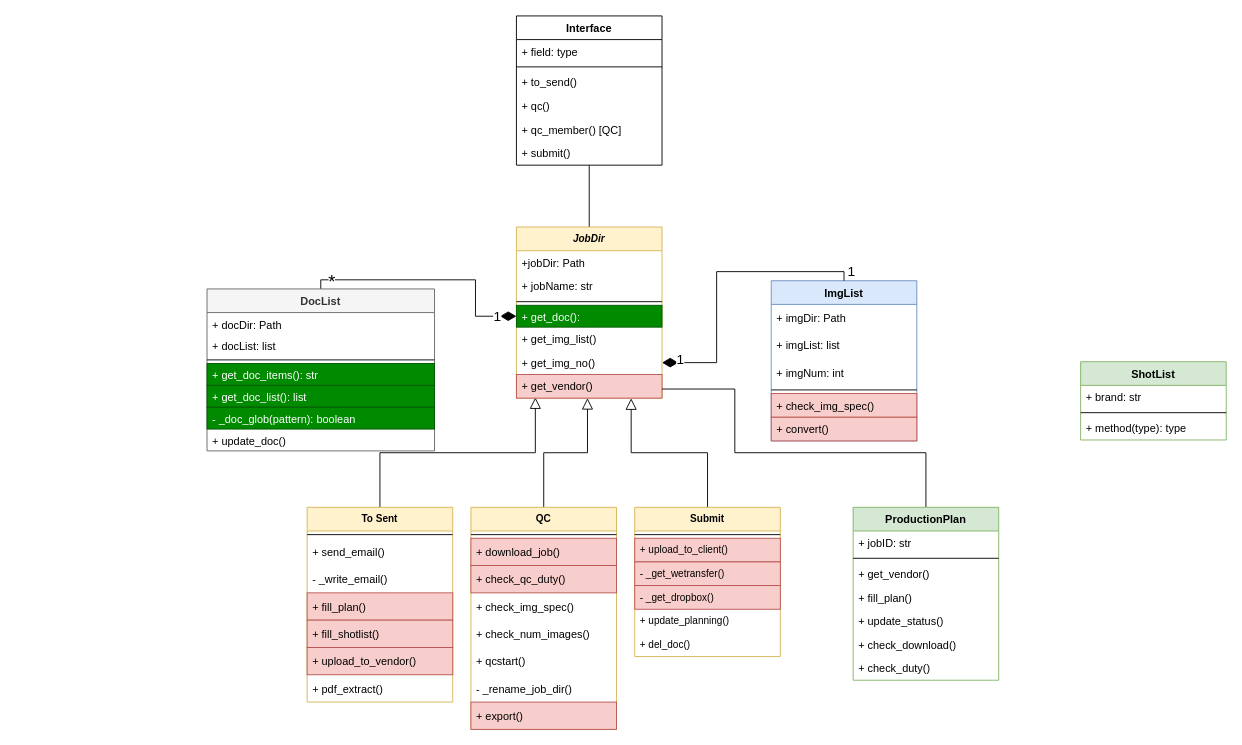
Earlier version of the draw.io diagram page "Class Diagram" (1 of 2) of python/IHS Class Diagram.drawio (pugtooone/IHS). Source tidied: cells renumbered, new cells numbered last; positions are measured from the earlier drawing's top-left corner, leaving out a move shared by most shapes. Both pictures are drawn from the tidied source at 91%, with x=0, y=0 at pixel (207, 15).
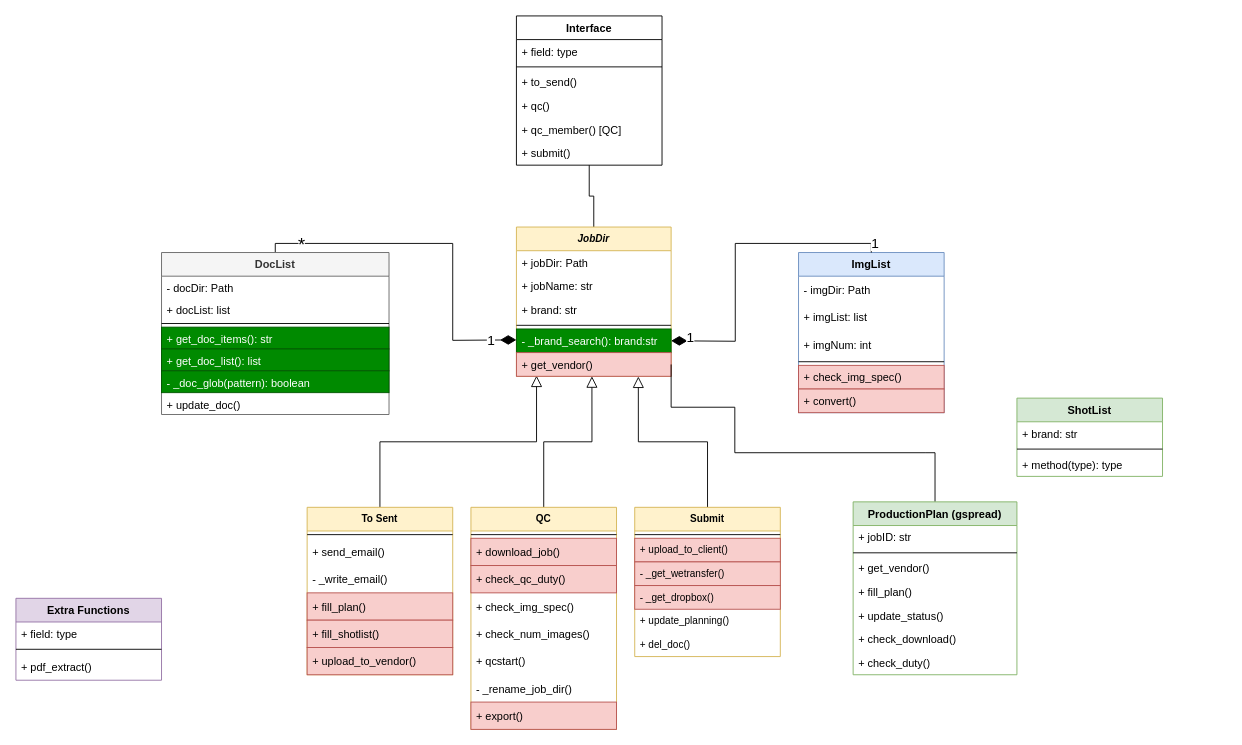
The same page after the edit.

Change to the diagram source:
```diff
@@
-    <mxCell id="2" style="endArrow=diamondThin;html=1;rounded=0;exitX=0.5;exitY=0;exitDx=0;exitDy=0;entryX=0;entryY=0.5;entryDx=0;entryDy=0;edgeStyle=orthogonalEdgeStyle;endFill=1;endSize=15;" parent="1" edge="1" source="5" target="44">
-      <mxGeometry relative="1" as="geometry" />
+    <mxCell id="2" style="endArrow=diamondThin;html=1;rounded=0;exitX=0.5;exitY=0;exitDx=0;exitDy=0;entryX=0;entryY=0.5;entryDx=0;entryDy=0;edgeStyle=orthogonalEdgeStyle;endFill=1;endSize=15;" parent="1" edge="1" source="5">
+      <mxGeometry relative="1" as="geometry">
+        <mxPoint x="340" y="356" as="targetPoint" />
+      </mxGeometry>
     </mxCell>
@@
     <mxCell id="5" value="DocList" style="swimlane;fontStyle=1;align=center;verticalAlign=top;horizontal=1;startSize=26;fillColor=#f5f5f5;strokeColor=#666666;fontColor=#333333;" parent="1" vertex="1">
-      <mxGeometry y="300" width="250" height="178" as="geometry" />
+      <mxGeometry x="-50" y="260" width="250" height="178" as="geometry" />
     </mxCell>
-    <mxCell id="6" value="+ docDir: Path" style="text;strokeColor=none;fillColor=none;align=left;verticalAlign=top;spacingLeft=4;spacingRight=4;overflow=hidden;" parent="5" vertex="1">
+    <mxCell id="6" value="- docDir: Path" style="text;strokeColor=none;fillColor=none;align=left;verticalAlign=top;spacingLeft=4;spacingRight=4;overflow=hidden;" parent="5" vertex="1">
       <mxGeometry y="26" width="250" height="24" as="geometry" />
     </mxCell>
@@
     <mxCell id="13" value="ImgList" style="swimlane;fontStyle=1;align=center;verticalAlign=top;horizontal=1;startSize=26;fillColor=#dae8fc;strokeColor=#6c8ebf;" parent="1" vertex="1">
-      <mxGeometry x="620" y="291" width="160" height="176" as="geometry" />
+      <mxGeometry x="650" y="260" width="160" height="176" as="geometry" />
     </mxCell>
-    <mxCell id="14" value="+ imgDir: Path" style="text;strokeColor=none;fillColor=none;align=left;verticalAlign=middle;spacingLeft=4;spacingRight=4;overflow=hidden;" parent="13" vertex="1">
+    <mxCell id="14" value="- imgDir: Path" style="text;strokeColor=none;fillColor=none;align=left;verticalAlign=middle;spacingLeft=4;spacingRight=4;overflow=hidden;" parent="13" vertex="1">
       <mxGeometry y="26" width="160" height="30" as="geometry" />
     </mxCell>
@@
     <mxCell id="31" value="To Sent" style="swimlane;fontStyle=1;align=center;verticalAlign=top;horizontal=1;startSize=26;fontSize=11;fillColor=#fff2cc;strokeColor=#d6b656;" parent="1" vertex="1">
-      <mxGeometry x="110" y="540" width="160" height="214" as="geometry" />
+      <mxGeometry x="110" y="540" width="160" height="184" as="geometry" />
     </mxCell>
@@
-    <mxCell id="38" value="+ pdf_extract()" style="text;strokeColor=none;fillColor=none;align=left;verticalAlign=middle;spacingLeft=4;spacingRight=4;overflow=hidden;" parent="31" vertex="1">
-      <mxGeometry y="184" width="160" height="30" as="geometry" />
-    </mxCell>
@@
     <mxCell id="40" value="JobDir" style="swimlane;fontStyle=3;align=center;verticalAlign=top;horizontal=1;startSize=26;fontSize=11;fillColor=#fff2cc;strokeColor=#d6b656;" parent="1" vertex="1">
-      <mxGeometry x="340" y="232" width="160" height="188" as="geometry" />
+      <mxGeometry x="340" y="232" width="170" height="164" as="geometry" />
     </mxCell>
-    <mxCell id="41" value="+jobDir: Path" style="text;strokeColor=none;fillColor=none;align=left;verticalAlign=top;spacingLeft=4;spacingRight=4;overflow=hidden;fontSize=12;" parent="40" vertex="1">
-      <mxGeometry y="26" width="160" height="26" as="geometry" />
+    <mxCell id="41" value="+ jobDir: Path" style="text;strokeColor=none;fillColor=none;align=left;verticalAlign=top;spacingLeft=4;spacingRight=4;overflow=hidden;fontSize=12;" parent="40" vertex="1">
+      <mxGeometry y="26" width="170" height="26" as="geometry" />
     </mxCell>
     <mxCell id="42" value="+ jobName: str" style="text;strokeColor=none;fillColor=none;align=left;verticalAlign=top;spacingLeft=4;spacingRight=4;overflow=hidden;fontSize=12;" parent="40" vertex="1">
-      <mxGeometry y="52" width="160" height="26" as="geometry" />
+      <mxGeometry y="52" width="170" height="26" as="geometry" />
     </mxCell>
+    <mxCell id="79" value="+ brand: str" style="text;strokeColor=none;fillColor=none;align=left;verticalAlign=top;spacingLeft=4;spacingRight=4;overflow=hidden;fontSize=12;" parent="40" vertex="1">
+      <mxGeometry y="78" width="170" height="26" as="geometry" />
+    </mxCell>
     <mxCell id="43" style="line;strokeWidth=1;fillColor=none;align=left;verticalAlign=middle;spacingTop=-1;spacingLeft=3;spacingRight=3;labelPosition=right;fontSize=11;" parent="40" vertex="1">
-      <mxGeometry y="78" width="160" height="8" as="geometry" />
+      <mxGeometry y="104" width="170" height="8" as="geometry" />
     </mxCell>
-    <mxCell id="44" value="+ get_doc(): " style="text;strokeColor=#005700;fillColor=#008a00;align=left;verticalAlign=top;spacingLeft=4;spacingRight=4;overflow=hidden;points=[[0,0.5],[1,0.5]];portConstraint=eastwest;fontSize=12;fontColor=#ffffff;" parent="40" vertex="1">
-      <mxGeometry y="86" width="160" height="24" as="geometry" />
-    </mxCell>
-    <mxCell id="45" value="+ get_img_list()" style="text;strokeColor=none;fillColor=none;align=left;verticalAlign=top;spacingLeft=4;spacingRight=4;overflow=hidden;fontSize=12;" parent="40" vertex="1">
-      <mxGeometry y="110" width="160" height="26" as="geometry" />
-    </mxCell>
-    <mxCell id="46" value="+ get_img_no()" style="text;strokeColor=none;fillColor=none;align=left;verticalAlign=top;spacingLeft=4;spacingRight=4;overflow=hidden;points=[[0,0.5],[1,0.5]];portConstraint=eastwest;fontSize=12;" parent="40" vertex="1">
-      <mxGeometry y="136" width="160" height="26" as="geometry" />
-    </mxCell>
+    <mxCell id="80" value="- _brand_search(): brand:str" style="text;strokeColor=#005700;fillColor=#008a00;align=left;verticalAlign=top;spacingLeft=4;spacingRight=4;overflow=hidden;fontSize=12;fontColor=#ffffff;" parent="40" vertex="1">
+      <mxGeometry y="112" width="170" height="26" as="geometry" />
+    </mxCell>
     <mxCell id="47" value="+ get_vendor()" style="text;strokeColor=#b85450;fillColor=#f8cecc;align=left;verticalAlign=top;spacingLeft=4;spacingRight=4;overflow=hidden;points=[[0,0.5],[1,0.5]];portConstraint=eastwest;fontSize=12;" parent="40" vertex="1">
-      <mxGeometry y="162" width="160" height="26" as="geometry" />
+      <mxGeometry y="138" width="170" height="26" as="geometry" />
     </mxCell>
@@
-    <mxCell id="63" style="edgeStyle=orthogonalEdgeStyle;rounded=0;jettySize=auto;html=1;exitX=0.5;exitY=0;exitDx=0;exitDy=0;endArrow=none;endFill=0;" parent="1" edge="1" source="64">
+    <mxCell id="63" style="edgeStyle=orthogonalEdgeStyle;rounded=0;jettySize=auto;html=1;exitX=0.5;exitY=0;exitDx=0;exitDy=0;endArrow=none;endFill=0;entryX=1;entryY=0.5;entryDx=0;entryDy=0;" parent="1" edge="1" source="64" target="47">
       <mxGeometry relative="1" as="geometry">
-        <mxPoint x="500" y="410" as="targetPoint" />
         <Array as="points">
           <mxPoint x="790" y="480" />
           <mxPoint x="580" y="480" />
-          <mxPoint x="580" y="410" />
+          <mxPoint x="580" y="430" />
+          <mxPoint x="500" y="430" />
         </Array>
       </mxGeometry>
     </mxCell>
-    <mxCell id="64" value="ProductionPlan" style="swimlane;fontStyle=1;align=center;verticalAlign=top;horizontal=1;startSize=26;fillColor=#d5e8d4;strokeColor=#82b366;" parent="1" vertex="1">
-      <mxGeometry x="710" y="540" width="160" height="190" as="geometry" />
+    <mxCell id="64" value="ProductionPlan (gspread)" style="swimlane;fontStyle=1;align=center;verticalAlign=top;horizontal=1;startSize=26;fillColor=#d5e8d4;strokeColor=#82b366;" parent="1" vertex="1">
+      <mxGeometry x="710" y="534" width="180" height="190" as="geometry" />
     </mxCell>
     <mxCell id="65" value="+ jobID: str" style="text;strokeColor=none;fillColor=none;align=left;verticalAlign=top;spacingLeft=4;spacingRight=4;overflow=hidden;" parent="64" vertex="1">
-      <mxGeometry y="26" width="160" height="26" as="geometry" />
+      <mxGeometry y="26" width="180" height="26" as="geometry" />
     </mxCell>
     <mxCell id="66" style="line;strokeWidth=1;fillColor=none;align=left;verticalAlign=middle;spacingTop=-1;spacingLeft=3;spacingRight=3;labelPosition=right;" parent="64" vertex="1">
-      <mxGeometry y="52" width="160" height="8" as="geometry" />
+      <mxGeometry y="52" width="180" height="8" as="geometry" />
     </mxCell>
     <mxCell id="67" value="+ get_vendor()" style="text;strokeColor=none;fillColor=none;align=left;verticalAlign=top;spacingLeft=4;spacingRight=4;overflow=hidden;" parent="64" vertex="1">
-      <mxGeometry y="60" width="160" height="26" as="geometry" />
+      <mxGeometry y="60" width="180" height="26" as="geometry" />
     </mxCell>
     <mxCell id="68" value="+ fill_plan()" style="text;strokeColor=none;fillColor=none;align=left;verticalAlign=top;spacingLeft=4;spacingRight=4;overflow=hidden;" parent="64" vertex="1">
-      <mxGeometry y="86" width="160" height="26" as="geometry" />
+      <mxGeometry y="86" width="180" height="26" as="geometry" />
     </mxCell>
     <mxCell id="69" value="+ update_status()" style="text;strokeColor=none;fillColor=none;align=left;verticalAlign=top;spacingLeft=4;spacingRight=4;overflow=hidden;" parent="64" vertex="1">
-      <mxGeometry y="112" width="160" height="26" as="geometry" />
+      <mxGeometry y="112" width="180" height="26" as="geometry" />
     </mxCell>
     <mxCell id="70" value="+ check_download()" style="text;strokeColor=none;fillColor=none;align=left;verticalAlign=top;spacingLeft=4;spacingRight=4;overflow=hidden;" parent="64" vertex="1">
-      <mxGeometry y="138" width="160" height="26" as="geometry" />
+      <mxGeometry y="138" width="180" height="26" as="geometry" />
     </mxCell>
     <mxCell id="71" value="+ check_duty()" style="text;strokeColor=none;fillColor=none;align=left;verticalAlign=top;spacingLeft=4;spacingRight=4;overflow=hidden;" parent="64" vertex="1">
-      <mxGeometry y="164" width="160" height="26" as="geometry" />
+      <mxGeometry y="164" width="180" height="26" as="geometry" />
     </mxCell>
-    <mxCell id="72" style="endArrow=diamondThin;html=1;rounded=0;entryX=1;entryY=0.5;entryDx=0;entryDy=0;exitX=0.5;exitY=0;exitDx=0;exitDy=0;edgeStyle=orthogonalEdgeStyle;endFill=1;endSize=15;" parent="1" edge="1" source="13" target="46">
-      <mxGeometry relative="1" as="geometry" />
+    <mxCell id="72" style="endArrow=diamondThin;html=1;rounded=0;exitX=0.5;exitY=0;exitDx=0;exitDy=0;edgeStyle=orthogonalEdgeStyle;endFill=1;endSize=15;" parent="1" edge="1" source="13">
+      <mxGeometry relative="1" as="geometry">
+        <mxPoint x="510" y="357" as="targetPoint" />
+      </mxGeometry>
     </mxCell>
@@
     <mxCell id="75" value="ShotList" style="swimlane;fontStyle=1;align=center;verticalAlign=top;horizontal=1;startSize=26;fontSize=12;fillColor=#d5e8d4;strokeColor=#82b366;" parent="1" vertex="1">
-      <mxGeometry x="960" y="380" width="160" height="86" as="geometry" />
+      <mxGeometry x="890" y="420" width="160" height="86" as="geometry" />
     </mxCell>
@@
+    <mxCell id="81" value="Extra Functions" style="swimlane;fontStyle=1;align=center;verticalAlign=top;horizontal=1;startSize=26;fillColor=#e1d5e7;strokeColor=#9673a6;" parent="1" vertex="1">
+      <mxGeometry x="-210" y="640" width="160" height="90" as="geometry" />
+    </mxCell>
+    <mxCell id="82" value="+ field: type" style="text;strokeColor=none;fillColor=none;align=left;verticalAlign=top;spacingLeft=4;spacingRight=4;overflow=hidden;" parent="81" vertex="1">
+      <mxGeometry y="26" width="160" height="26" as="geometry" />
+    </mxCell>
+    <mxCell id="83" style="line;strokeWidth=1;fillColor=none;align=left;verticalAlign=middle;spacingTop=-1;spacingLeft=3;spacingRight=3;labelPosition=right;" parent="81" vertex="1">
+      <mxGeometry y="52" width="160" height="8" as="geometry" />
+    </mxCell>
+    <mxCell id="38" value="+ pdf_extract()" style="text;strokeColor=none;fillColor=none;align=left;verticalAlign=middle;spacingLeft=4;spacingRight=4;overflow=hidden;" parent="81" vertex="1">
+      <mxGeometry y="60" width="160" height="30" as="geometry" />
+    </mxCell>
```
